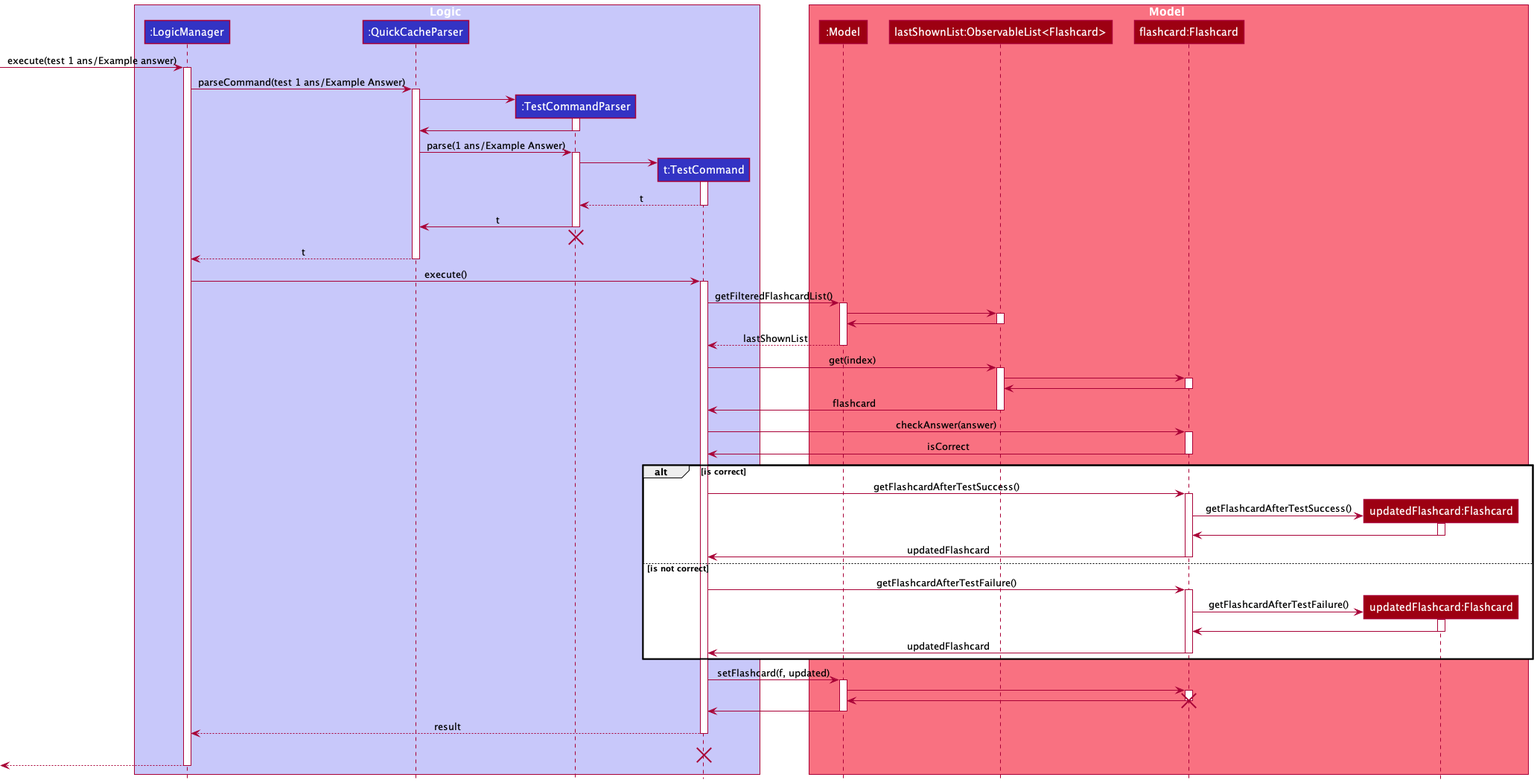
Before: docs/images/TestSequenceDiagram.png, a diagram exported from PlantUML (nus-cs2103-AY2021S1/tp).
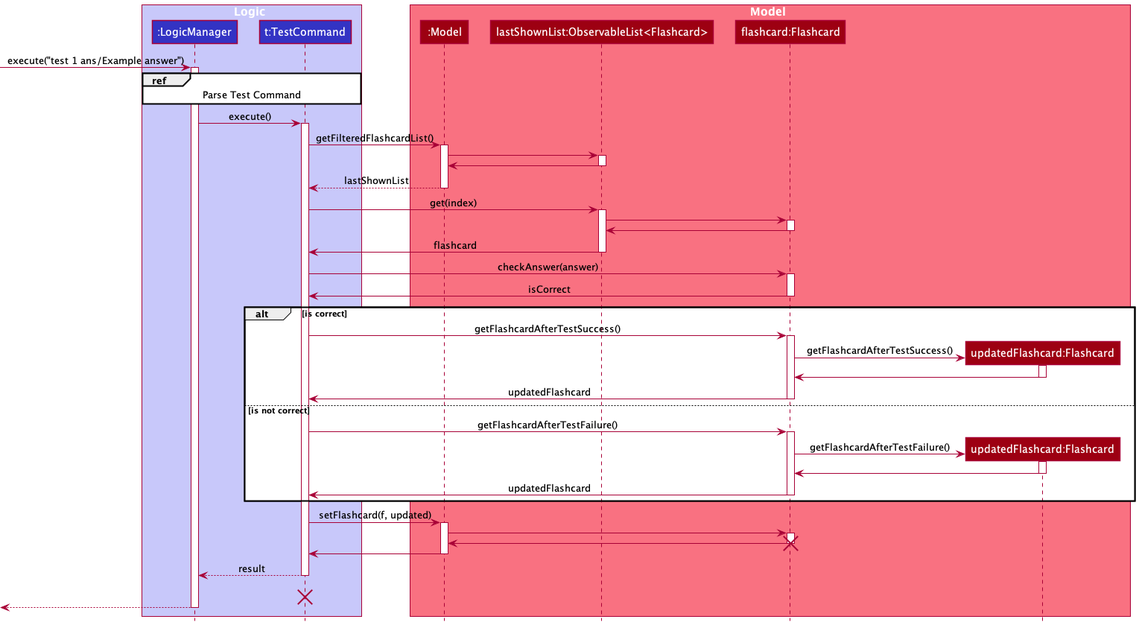
The same diagram one commit later.

What changed in the source:
```diff
@@ -3,8 +3,6 @@
 
 box Logic LOGIC_COLOR_T1
 participant ":LogicManager" as LogicManager LOGIC_COLOR
-participant ":QuickCacheParser" as QuickCacheParser LOGIC_COLOR
-participant ":TestCommandParser" as TestCommandParser LOGIC_COLOR
 participant "t:TestCommand" as TestCommand LOGIC_COLOR
 end box
 
@@ -14,37 +12,10 @@
 participant "flashcard:Flashcard" as Flashcard MODEL_COLOR
 participant "updatedFlashcard:Flashcard" as UpdatedFlashcard MODEL_COLOR
 end box
-[-> LogicManager : execute(test 1 ans/Example answer)
+[-> LogicManager : execute("test 1 ans/Example answer")
 activate LogicManager
 
-LogicManager -> QuickCacheParser : parseCommand(test 1 ans/Example Answer)
-activate QuickCacheParser
-
-create TestCommandParser
-QuickCacheParser -> TestCommandParser
-activate TestCommandParser
-
-TestCommandParser -> QuickCacheParser
-deactivate TestCommandParser
-
-QuickCacheParser -> TestCommandParser : parse(1 ans/Example Answer)
-activate TestCommandParser
-
-create TestCommand
-TestCommandParser -> TestCommand
-activate TestCommand
-
-TestCommand --> TestCommandParser : t
-deactivate TestCommand
-
-TestCommandParser -> QuickCacheParser : t
-deactivate TestCommandParser
-
-TestCommandParser -[hidden]-> QuickCacheParser
-destroy TestCommandParser
-
-QuickCacheParser --> LogicManager : t
-deactivate QuickCacheParser
+ref over LogicManager, TestCommand : Parse Test Command
 
 LogicManager -> TestCommand : execute()
 activate TestCommand
```
